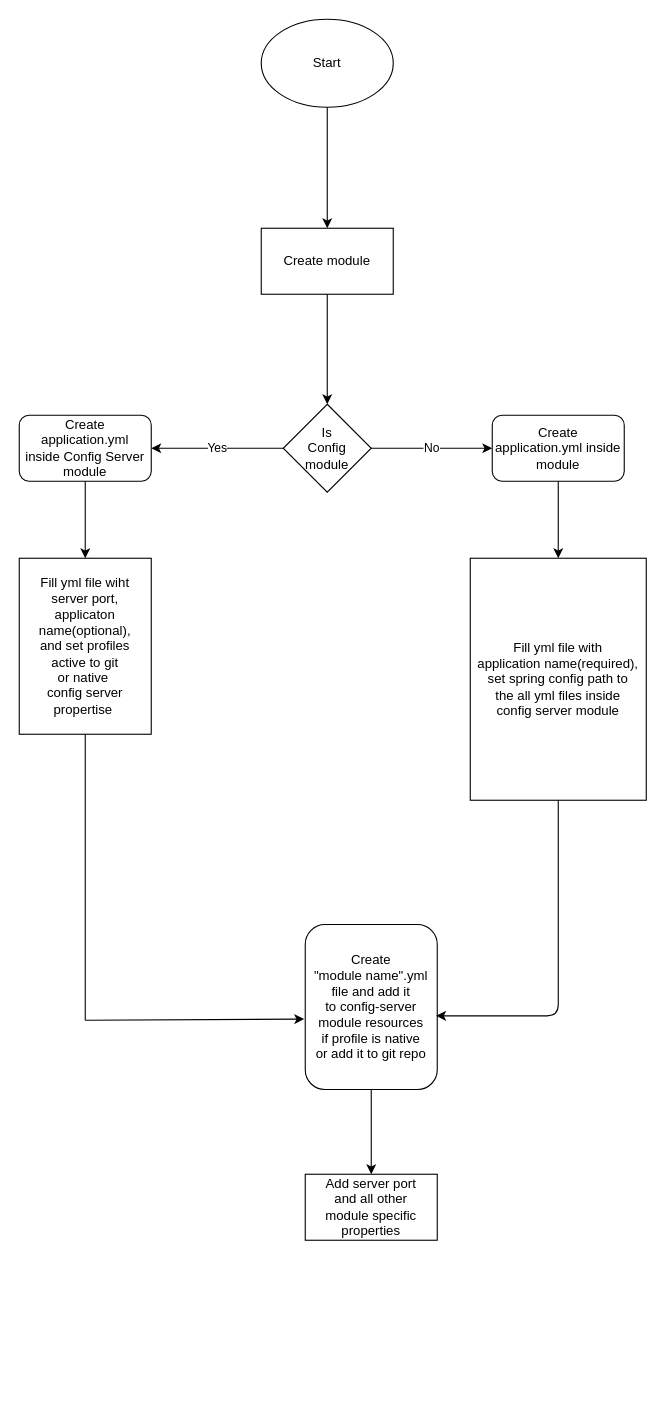
The draw.io diagram properties-configuration.drawio in bajobozic/multimodule, before the edit. Source tidied: cells renumbered, new cells numbered last; positions are measured from the earlier drawing's top-left corner, leaving out a move shared by most shapes. Both pictures are drawn from the tidied source at 110%, with x=0, y=0 at pixel (19, 19).
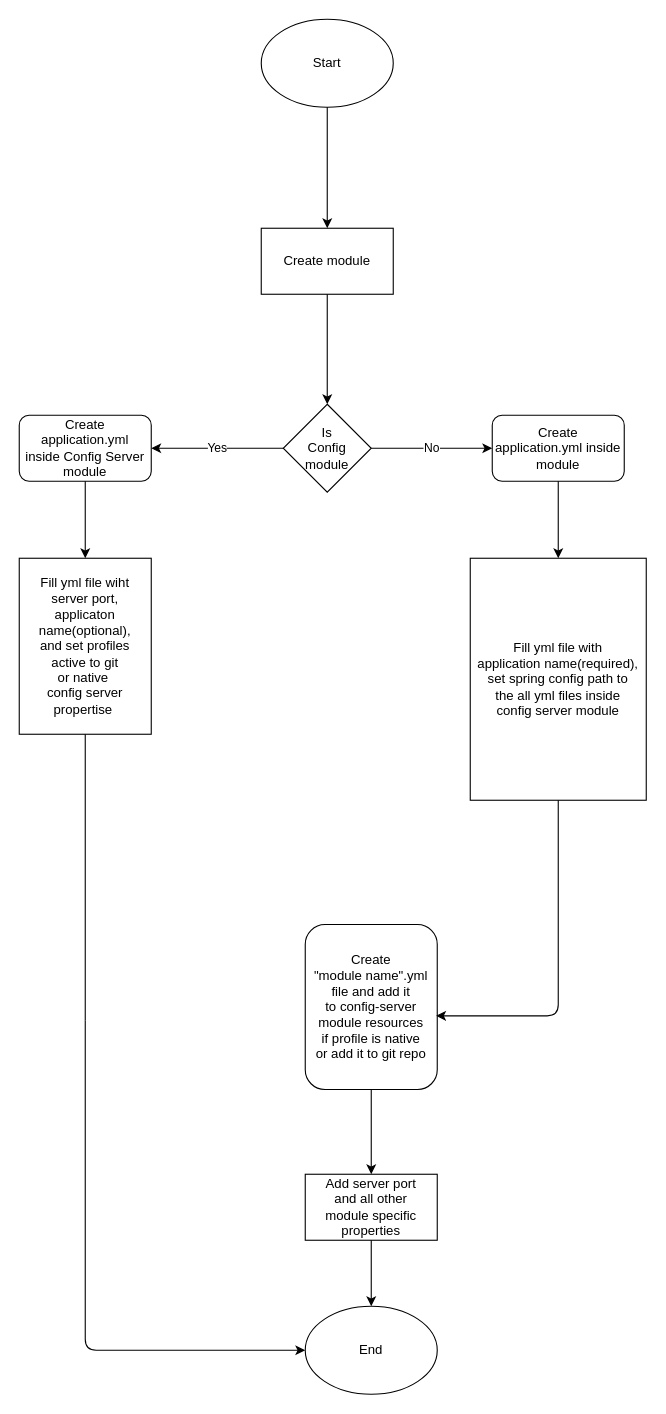
The same page after the edit.

Unchanged cells that the change refers to:
```xml
<mxCell id="15" value="Create&lt;br&gt;&quot;module name&quot;.yml&lt;br&gt;file and add it&lt;br&gt;to config-server module resources&lt;br&gt;if profile is native&lt;br&gt;or add it to git repo" style="rounded=1;whiteSpace=wrap;html=1;" parent="1" vertex="1">
  <mxGeometry x="260" y="823" width="120" height="150" as="geometry" />
</mxCell>
<mxCell id="19" value="Add server port&lt;br&gt;and all other&lt;br&gt;module specific&lt;br&gt;properties" style="rounded=0;whiteSpace=wrap;html=1;" parent="1" vertex="1">
  <mxGeometry x="260" y="1050" width="120" height="60" as="geometry" />
</mxCell>
```

Diff of the diagram source:
```diff
@@
-    <mxCell id="18" style="endArrow=classic;html=1;entryX=-0.008;entryY=0.573;entryDx=0;entryDy=0;entryPerimeter=0;" parent="1" edge="1" target="15">
+    <mxCell id="18" style="endArrow=classic;html=1;entryX=0;entryY=0.5;entryDx=0;entryDy=0;" parent="1" edge="1" target="21">
       <mxGeometry relative="1" as="geometry">
         <mxPoint x="60" y="910" as="sourcePoint" />
+        <Array as="points">
+          <mxPoint x="60" y="1210" />
+        </Array>
       </mxGeometry>
     </mxCell>
@@
+    <mxCell id="21" value="End" style="ellipse;whiteSpace=wrap;html=1;" parent="1" vertex="1">
+      <mxGeometry x="260" y="1170" width="120" height="80" as="geometry" />
+    </mxCell>
+    <mxCell id="22" style="endArrow=classic;html=1;exitX=0.5;exitY=1;exitDx=0;exitDy=0;entryX=0.5;entryY=0;entryDx=0;entryDy=0;" parent="1" edge="1" source="19" target="21">
+      <mxGeometry relative="1" as="geometry" />
+    </mxCell>
```
